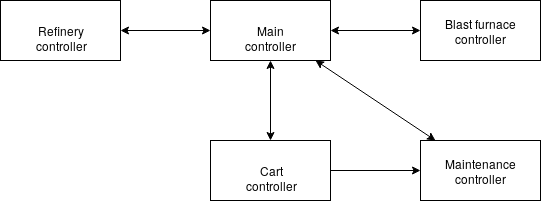
Kaj0Wortel/2IMF30_sys_val keeps this draw.io diagram as components.png. Above is the earlier version. Source tidied: cells renumbered, new cells last; positions are measured from the earlier drawing's top-left corner, leaving out a move shared by most shapes.
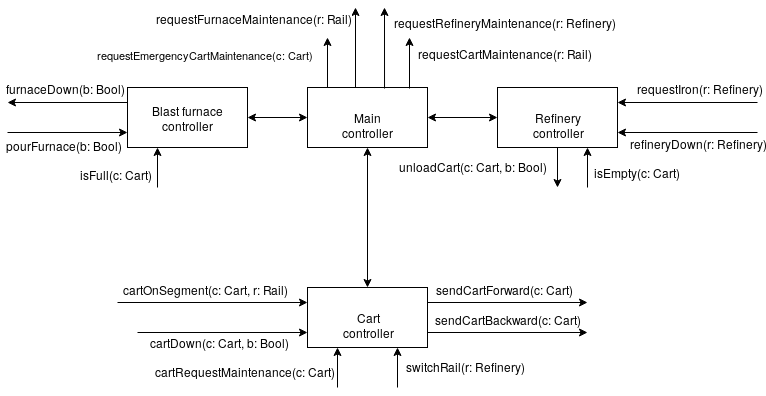
The same file after the commit.

What changed in the source:
```diff
@@ -3,20 +3,17 @@
     <mxCell id="0" />
     <mxCell id="1" parent="0" />
     <mxCell id="2" value="Main controller" style="rounded=0;whiteSpace=wrap;html=1;" parent="1" vertex="1">
-      <mxGeometry x="210" width="120" height="60" as="geometry" />
+      <mxGeometry x="290" y="80" width="120" height="60" as="geometry" />
     </mxCell>
     <mxCell id="3" value="Cart controller" style="rounded=0;whiteSpace=wrap;html=1;" parent="1" vertex="1">
-      <mxGeometry x="210" y="140" width="120" height="60" as="geometry" />
+      <mxGeometry x="290" y="280" width="120" height="60" as="geometry" />
     </mxCell>
-    <mxCell id="4" value="Refinery controller" style="rounded=0;whiteSpace=wrap;html=1;" parent="1" vertex="1">
-      <mxGeometry width="120" height="60" as="geometry" />
+    <mxCell id="4" value="Blast furnace controller" style="rounded=0;whiteSpace=wrap;html=1;" parent="1" vertex="1">
+      <mxGeometry x="110" y="80" width="120" height="60" as="geometry" />
     </mxCell>
-    <mxCell id="5" value="Blast furnace controller" style="rounded=0;whiteSpace=wrap;html=1;" parent="1" vertex="1">
-      <mxGeometry x="420" width="120" height="60" as="geometry" />
+    <mxCell id="5" value="Refinery controller" style="rounded=0;whiteSpace=wrap;html=1;" parent="1" vertex="1">
+      <mxGeometry x="480" y="80" width="120" height="60" as="geometry" />
     </mxCell>
-    <mxCell id="6" value="Maintenance controller" style="rounded=0;whiteSpace=wrap;html=1;" parent="1" vertex="1">
-      <mxGeometry x="420" y="140" width="120" height="60" as="geometry" />
-    </mxCell>
     <mxCell id="7" style="endArrow=classic;startArrow=classic;html=1;" parent="1" edge="1" source="2" target="3">
       <mxGeometry relative="1" as="geometry" />
     </mxCell>
@@ -26,11 +23,172 @@
     <mxCell id="9" style="endArrow=classic;startArrow=classic;html=1;" parent="1" edge="1" source="2" target="5">
       <mxGeometry relative="1" as="geometry" />
     </mxCell>
-    <mxCell id="10" style="endArrow=none;startArrow=classic;html=1;endFill=0;" parent="1" edge="1" source="6" target="3">
-      <mxGeometry relative="1" as="geometry" />
-    </mxCell>
-    <mxCell id="11" style="endArrow=classic;startArrow=classic;html=1;" parent="1" edge="1" source="2" target="6">
-      <mxGeometry relative="1" as="geometry" />
-    </mxCell>
+    <mxCell id="12" style="endArrow=none;html=1;entryX=0;entryY=0.25;entryDx=0;entryDy=0;endFill=0;startArrow=classic;startFill=1;" parent="1" edge="1" target="4">
+      <mxGeometry relative="1" as="geometry">
+        <mxPoint x="-10" y="95" as="sourcePoint" />
+      </mxGeometry>
+    </mxCell>
+    <mxCell id="13" value="furnaceDown(b: Bool)" style="text;html=1;align=center;verticalAlign=middle;labelBackgroundColor=#ffffff;" parent="12" vertex="1">
+      <mxGeometry x="0.44" relative="1" as="geometry">
+        <mxPoint x="-31" y="-15" as="offset" />
+      </mxGeometry>
+    </mxCell>
+    <mxCell id="14" style="endArrow=classic;html=1;entryX=0;entryY=0.75;entryDx=0;entryDy=0;" parent="1" edge="1" target="4">
+      <mxGeometry relative="1" as="geometry">
+        <mxPoint x="-10" y="125" as="sourcePoint" />
+      </mxGeometry>
+    </mxCell>
+    <mxCell id="15" value="&lt;div&gt;pourFurnace(b: Bool)&lt;/div&gt;" style="text;html=1;align=center;verticalAlign=middle;labelBackgroundColor=#ffffff;" parent="14" vertex="1">
+      <mxGeometry x="0.74" y="-1" relative="1" as="geometry">
+        <mxPoint x="-50" y="11" as="offset" />
+      </mxGeometry>
+    </mxCell>
+    <mxCell id="16" style="endArrow=classic;html=1;entryX=1;entryY=0.75;entryDx=0;entryDy=0;" parent="1" edge="1" target="5">
+      <mxGeometry relative="1" as="geometry">
+        <mxPoint x="740" y="125" as="sourcePoint" />
+      </mxGeometry>
+    </mxCell>
+    <mxCell id="17" value="refineryDown(r: Refinery)" style="text;html=1;align=center;verticalAlign=middle;labelBackgroundColor=#ffffff;" parent="16" vertex="1">
+      <mxGeometry x="-0.16" y="-1" relative="1" as="geometry">
+        <mxPoint x="-2" y="11" as="offset" />
+      </mxGeometry>
+    </mxCell>
+    <mxCell id="18" style="endArrow=classic;html=1;entryX=1;entryY=0.25;entryDx=0;entryDy=0;" parent="1" edge="1" target="5">
+      <mxGeometry relative="1" as="geometry">
+        <mxPoint x="740" y="95" as="sourcePoint" />
+      </mxGeometry>
+    </mxCell>
+    <mxCell id="19" value="requestIron(r: Refinery)" style="text;html=1;align=center;verticalAlign=middle;labelBackgroundColor=#ffffff;" parent="18" vertex="1">
+      <mxGeometry x="-0.16" y="-1" relative="1" as="geometry">
+        <mxPoint x="-1" y="-14" as="offset" />
+      </mxGeometry>
+    </mxCell>
+    <mxCell id="20" style="endArrow=none;html=1;startArrow=classic;startFill=1;endFill=0;entryX=0.85;entryY=0.017;entryDx=0;entryDy=0;entryPerimeter=0;" parent="1" edge="1" target="2">
+      <mxGeometry relative="1" as="geometry">
+        <mxPoint x="392" y="30" as="sourcePoint" />
+      </mxGeometry>
+    </mxCell>
+    <mxCell id="21" value="requestCartMaintenance(r: Rail)" style="text;html=1;align=center;verticalAlign=middle;labelBackgroundColor=#ffffff;" parent="20" vertex="1">
+      <mxGeometry x="-0.16" y="-1" relative="1" as="geometry">
+        <mxPoint x="93" y="-7" as="offset" />
+      </mxGeometry>
+    </mxCell>
+    <mxCell id="22" style="endArrow=none;html=1;startArrow=classic;startFill=1;endFill=0;entryX=0.642;entryY=0.017;entryDx=0;entryDy=0;entryPerimeter=0;" parent="1" edge="1" target="2">
+      <mxGeometry relative="1" as="geometry">
+        <mxPoint x="367" as="sourcePoint" />
+      </mxGeometry>
+    </mxCell>
+    <mxCell id="23" value="requestRefineryMaintenance(r: Refinery)" style="text;html=1;align=center;verticalAlign=middle;labelBackgroundColor=#ffffff;" parent="22" vertex="1">
+      <mxGeometry x="-0.25" y="-1" relative="1" as="geometry">
+        <mxPoint x="117" y="-16" as="offset" />
+      </mxGeometry>
+    </mxCell>
+    <mxCell id="24" style="endArrow=none;html=1;startArrow=classic;startFill=1;endFill=0;entryX=0.4;entryY=0;entryDx=0;entryDy=0;entryPerimeter=0;" parent="1" edge="1" target="2">
+      <mxGeometry relative="1" as="geometry">
+        <mxPoint x="338" as="sourcePoint" />
+      </mxGeometry>
+    </mxCell>
+    <mxCell id="25" value="requestFurnaceMaintenance(r: Rail)" style="text;html=1;align=center;verticalAlign=middle;labelBackgroundColor=#ffffff;" parent="24" vertex="1">
+      <mxGeometry x="-0.58" y="3" relative="1" as="geometry">
+        <mxPoint x="-109" y="-7" as="offset" />
+      </mxGeometry>
+    </mxCell>
+    <mxCell id="26" style="endArrow=classic;html=1;exitX=1;exitY=0.25;exitDx=0;exitDy=0;" parent="1" edge="1" source="3">
+      <mxGeometry relative="1" as="geometry">
+        <mxPoint x="570" y="295" as="targetPoint" />
+      </mxGeometry>
+    </mxCell>
+    <mxCell id="27" value="sendCartForward(c: Cart)" style="text;html=1;align=center;verticalAlign=middle;labelBackgroundColor=#ffffff;" parent="26" vertex="1">
+      <mxGeometry x="-0.42" y="-4" relative="1" as="geometry">
+        <mxPoint x="30" y="-18" as="offset" />
+      </mxGeometry>
+    </mxCell>
+    <mxCell id="28" style="endArrow=classic;html=1;exitX=1;exitY=0.75;exitDx=0;exitDy=0;" parent="1" edge="1" source="3">
+      <mxGeometry relative="1" as="geometry">
+        <mxPoint x="570" y="325" as="targetPoint" />
+      </mxGeometry>
+    </mxCell>
+    <mxCell id="29" value="sendCartBackward(c: Cart)" style="text;html=1;align=center;verticalAlign=middle;labelBackgroundColor=#ffffff;" parent="28" vertex="1">
+      <mxGeometry x="-0.42" y="-4" relative="1" as="geometry">
+        <mxPoint x="34" y="-18" as="offset" />
+      </mxGeometry>
+    </mxCell>
+    <mxCell id="30" style="endArrow=classic;html=1;exitX=0.5;exitY=1;exitDx=0;exitDy=0;" parent="1" edge="1" source="5">
+      <mxGeometry relative="1" as="geometry">
+        <mxPoint x="540" y="180" as="targetPoint" />
+      </mxGeometry>
+    </mxCell>
+    <mxCell id="31" value="unloadCart(c: Cart, b: Bool)" style="text;html=1;align=center;verticalAlign=middle;labelBackgroundColor=#ffffff;" parent="30" vertex="1">
+      <mxGeometry x="-0.57" relative="1" as="geometry">
+        <mxPoint x="-85" y="9" as="offset" />
+      </mxGeometry>
+    </mxCell>
+    <mxCell id="32" style="endArrow=classic;html=1;entryX=0.75;entryY=1;entryDx=0;entryDy=0;" parent="1" edge="1" target="5">
+      <mxGeometry relative="1" as="geometry">
+        <mxPoint x="570" y="180" as="sourcePoint" />
+      </mxGeometry>
+    </mxCell>
+    <mxCell id="33" value="isEmpty(c: Cart)" style="text;html=1;align=center;verticalAlign=middle;labelBackgroundColor=#ffffff;" parent="32" vertex="1">
+      <mxGeometry x="-0.43" y="-2" relative="1" as="geometry">
+        <mxPoint x="48" y="-5" as="offset" />
+      </mxGeometry>
+    </mxCell>
+    <mxCell id="34" style="endArrow=classic;html=1;entryX=0.25;entryY=1;entryDx=0;entryDy=0;" parent="1" edge="1" target="4">
+      <mxGeometry relative="1" as="geometry">
+        <mxPoint x="140" y="180" as="sourcePoint" />
+      </mxGeometry>
+    </mxCell>
+    <mxCell id="35" value="isFull(c: Cart)" style="text;html=1;align=center;verticalAlign=middle;labelBackgroundColor=#ffffff;" parent="34" vertex="1">
+      <mxGeometry x="0.47" relative="1" as="geometry">
+        <mxPoint x="-42" y="15" as="offset" />
+      </mxGeometry>
+    </mxCell>
+    <mxCell id="36" style="endArrow=classic;html=1;entryX=0;entryY=0.25;entryDx=0;entryDy=0;" parent="1" edge="1" target="3">
+      <mxGeometry relative="1" as="geometry">
+        <mxPoint x="100" y="295" as="sourcePoint" />
+      </mxGeometry>
+    </mxCell>
+    <mxCell id="37" value="cartOnSegment(c: Cart, r: Rail)" style="text;html=1;align=center;verticalAlign=middle;labelBackgroundColor=#ffffff;" parent="36" vertex="1">
+      <mxGeometry x="-0.51" y="-4" relative="1" as="geometry">
+        <mxPoint x="42" y="-18" as="offset" />
+      </mxGeometry>
+    </mxCell>
+    <mxCell id="38" style="endArrow=classic;html=1;entryX=0;entryY=0.75;entryDx=0;entryDy=0;" parent="1" edge="1" target="3">
+      <mxGeometry relative="1" as="geometry">
+        <mxPoint x="120" y="325" as="sourcePoint" />
+      </mxGeometry>
+    </mxCell>
+    <mxCell id="39" value="cartDown(c: Cart, b: Bool)" style="text;html=1;align=center;verticalAlign=middle;labelBackgroundColor=#ffffff;" parent="38" vertex="1">
+      <mxGeometry x="-0.23" relative="1" as="geometry">
+        <mxPoint x="16" y="9" as="offset" />
+      </mxGeometry>
+    </mxCell>
+    <mxCell id="40" style="endArrow=classic;html=1;" parent="1" edge="1">
+      <mxGeometry relative="1" as="geometry">
+        <mxPoint x="320" y="380" as="sourcePoint" />
+        <mxPoint x="320" y="340" as="targetPoint" />
+      </mxGeometry>
+    </mxCell>
+    <mxCell id="41" value="cartRequestMaintenance(c: Cart)" style="text;html=1;align=center;verticalAlign=middle;labelBackgroundColor=#ffffff;fontSize=12;" parent="40" vertex="1">
+      <mxGeometry x="-0.4" y="-1" relative="1" as="geometry">
+        <mxPoint x="-96" y="-5" as="offset" />
+      </mxGeometry>
+    </mxCell>
+    <mxCell id="42" style="endArrow=classic;html=1;entryX=0.75;entryY=1;entryDx=0;entryDy=0;" parent="1" edge="1" target="3">
+      <mxGeometry relative="1" as="geometry">
+        <mxPoint x="380" y="380" as="sourcePoint" />
+      </mxGeometry>
+    </mxCell>
+    <mxCell id="43" value="switchRail(r: Refinery)" style="text;html=1;align=center;verticalAlign=middle;labelBackgroundColor=#ffffff;" parent="42" vertex="1">
+      <mxGeometry x="0.5" y="1" relative="1" as="geometry">
+        <mxPoint x="68" y="8" as="offset" />
+      </mxGeometry>
+    </mxCell>
+    <mxCell id="44" value="requestEmergencyCartMaintenance(c: Cart)" style="endArrow=classic;html=1;" parent="1" edge="1">
+      <mxGeometry x="0.31" y="120" relative="1" as="geometry">
+        <mxPoint x="310" y="80" as="sourcePoint" />
+        <mxPoint x="310" y="30" as="targetPoint" />
+      </mxGeometry>
+    </mxCell>
   </root>
 </mxGraphModel>
```
